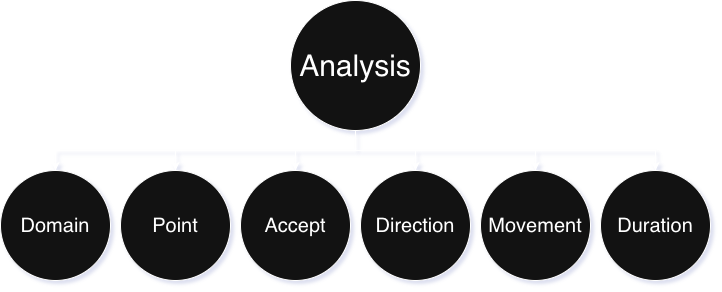
Before: design/analysis.png, a diagram exported from draw.io (kashanimorteza/economy_document). Source tidied: cells renumbered, new cells last; positions are measured from the earlier drawing's top-left corner, leaving out a move shared by most shapes.
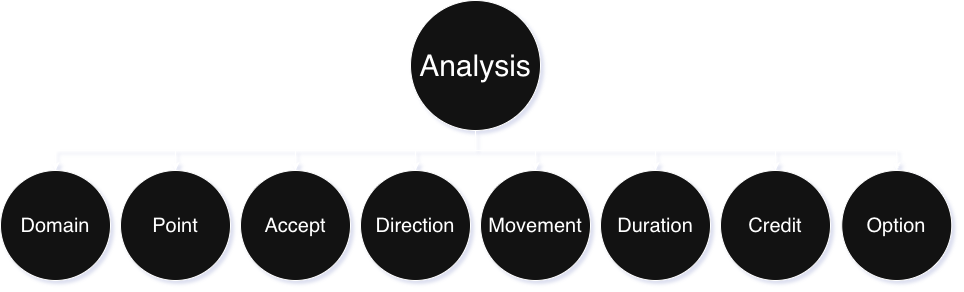
The same file after the commit.

Diff of the diagram source:
```diff
@@ -2,14 +2,14 @@
   <root>
     <mxCell id="0" />
     <mxCell id="1" parent="0" />
-    <mxCell id="2" style="edgeStyle=orthogonalEdgeStyle;rounded=0;jettySize=auto;html=1;" parent="1" edge="1" source="4" target="5">
+    <mxCell id="2" style="edgeStyle=orthogonalEdgeStyle;rounded=0;jettySize=auto;html=1;exitX=0.5;exitY=1;exitDx=0;exitDy=0;" parent="1" edge="1" source="4" target="5">
       <mxGeometry relative="1" as="geometry" />
     </mxCell>
     <mxCell id="3" style="edgeStyle=orthogonalEdgeStyle;rounded=0;jettySize=auto;html=1;strokeColor=default;align=center;verticalAlign=middle;fontFamily=Helvetica;fontSize=11;fontColor=default;labelBackgroundColor=default;endArrow=classic;" parent="1" edge="1" source="4" target="6">
       <mxGeometry relative="1" as="geometry" />
     </mxCell>
     <mxCell id="4" value="&lt;font style=&quot;font-size: 30px;&quot;&gt;Analysis&lt;/font&gt;" style="ellipse;whiteSpace=wrap;html=1;" parent="1" vertex="1">
-      <mxGeometry x="290" width="130" height="130" as="geometry" />
+      <mxGeometry x="410" width="130" height="130" as="geometry" />
     </mxCell>
     <mxCell id="5" value="Accept" style="ellipse;whiteSpace=wrap;html=1;fontSize=20;" parent="1" vertex="1">
       <mxGeometry x="240" y="170" width="110" height="110" as="geometry" />
@@ -41,5 +41,17 @@
     <mxCell id="14" style="edgeStyle=orthogonalEdgeStyle;rounded=0;jettySize=auto;html=1;strokeColor=default;align=center;verticalAlign=middle;fontFamily=Helvetica;fontSize=11;fontColor=default;labelBackgroundColor=default;endArrow=classic;exitX=0.5;exitY=1;exitDx=0;exitDy=0;" parent="1" edge="1" source="4" target="13">
       <mxGeometry relative="1" as="geometry" />
     </mxCell>
+    <mxCell id="15" value="Credit" style="ellipse;whiteSpace=wrap;html=1;strokeColor=default;align=center;verticalAlign=middle;fontFamily=Helvetica;fontSize=20;fontColor=default;fillColor=default;" parent="1" vertex="1">
+      <mxGeometry x="720" y="170" width="110" height="110" as="geometry" />
+    </mxCell>
+    <mxCell id="16" style="edgeStyle=orthogonalEdgeStyle;rounded=0;jettySize=auto;html=1;strokeColor=default;align=center;verticalAlign=middle;fontFamily=Helvetica;fontSize=11;fontColor=default;labelBackgroundColor=default;endArrow=classic;exitX=0.5;exitY=1;exitDx=0;exitDy=0;" parent="1" edge="1" source="4" target="15">
+      <mxGeometry relative="1" as="geometry" />
+    </mxCell>
+    <mxCell id="17" value="Option" style="ellipse;whiteSpace=wrap;html=1;strokeColor=default;align=center;verticalAlign=middle;fontFamily=Helvetica;fontSize=20;fontColor=default;fillColor=default;" parent="1" vertex="1">
+      <mxGeometry x="841.2" y="170" width="110" height="110" as="geometry" />
+    </mxCell>
+    <mxCell id="18" style="edgeStyle=orthogonalEdgeStyle;rounded=0;jettySize=auto;html=1;strokeColor=default;align=center;verticalAlign=middle;fontFamily=Helvetica;fontSize=11;fontColor=default;labelBackgroundColor=default;endArrow=classic;exitX=0.5;exitY=1;exitDx=0;exitDy=0;" parent="1" edge="1" source="4" target="17">
+      <mxGeometry relative="1" as="geometry" />
+    </mxCell>
   </root>
 </mxGraphModel>
```
